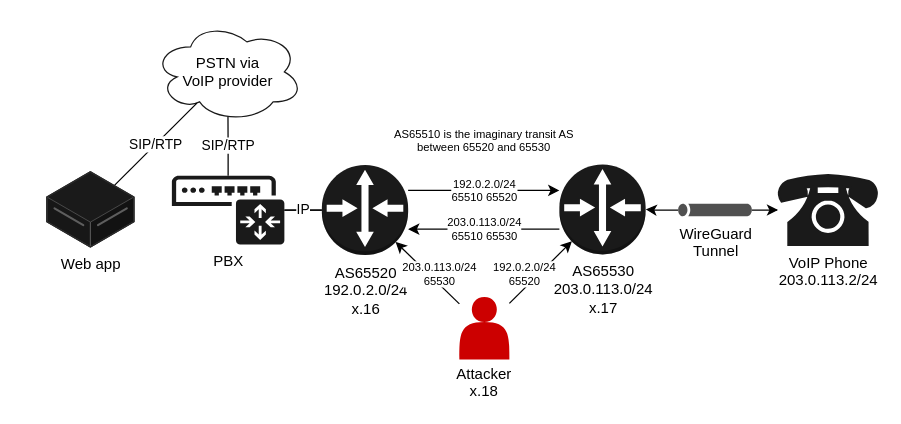
cs4404-mission2/writeup keeps this draw.io diagram as diagram.drawio. Above is the earlier version. Source tidied: cells renumbered, new cells numbered last; positions are measured from the earlier drawing's top-left corner, leaving out a move shared by most shapes. Both pictures are drawn from the tidied source at 125%, with x=0, y=0 at pixel (46, 21).
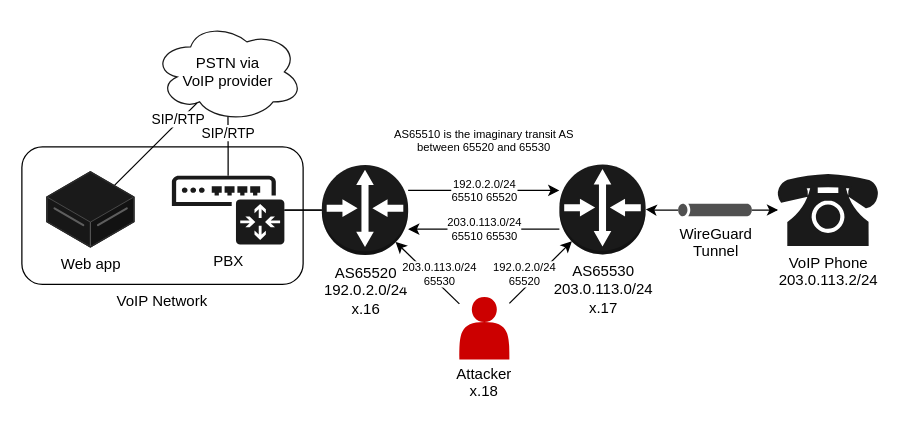
The same diagram, later.

Commit message (it also covers changes not shown here):
feat: update voip diagram

Unchanged cells that the change refers to:
```xml
<mxCell id="3" value="PBX" style="sketch=0;shadow=0;dashed=0;html=1;strokeColor=none;fillColor=#1A1A1A;labelPosition=center;verticalLabelPosition=bottom;verticalAlign=top;outlineConnect=0;align=center;shape=mxgraph.office.devices.ip_pbx;" parent="1" vertex="1">
  <mxGeometry x="100" y="123" width="90" height="55" as="geometry" />
</mxCell>
<mxCell id="8" value="&lt;div&gt;AS65520&lt;/div&gt;&lt;div&gt;192.0.2.0/24&lt;/div&gt;&lt;div&gt;x.16&lt;br&gt;&lt;/div&gt;" style="outlineConnect=0;dashed=0;verticalLabelPosition=bottom;verticalAlign=top;align=center;html=1;shape=mxgraph.aws3.router;fillColor=#1A1A1A;gradientColor=none;strokeColor=#000000;" parent="1" vertex="1">
  <mxGeometry x="220" y="114.5" width="69" height="72" as="geometry" />
</mxCell>
<mxCell id="9" value="&lt;div&gt;PSTN via&lt;/div&gt;&lt;div&gt;VoIP provider&lt;br&gt;&lt;/div&gt;" style="ellipse;shape=cloud;whiteSpace=wrap;html=1;strokeColor=#1A1A1A;fontColor=#000000;fillColor=none;" parent="1" vertex="1">
  <mxGeometry x="85" width="120" height="80" as="geometry" />
</mxCell>
<mxCell id="11" value="&lt;div&gt;Web app&lt;/div&gt;" style="verticalLabelPosition=bottom;html=1;verticalAlign=top;strokeWidth=1;align=center;outlineConnect=0;dashed=0;outlineConnect=0;shape=mxgraph.aws3d.dataServer;strokeColor=#5E5E5E;fontColor=#000000;fillColor=#1A1A1A;" parent="1" vertex="1">
  <mxGeometry y="120" width="69.6" height="60" as="geometry" />
</mxCell>
```

Change to the diagram source:
```diff
@@
-    <mxCell id="2" value="SIP/RTP" style="edgeStyle=orthogonalEdgeStyle;rounded=0;jettySize=auto;html=1;fontColor=#000000;startArrow=none;startFill=0;endArrow=none;endFill=0;entryX=0.499;entryY=0.947;entryDx=0;entryDy=0;entryPerimeter=0;" parent="1" edge="1" source="3" target="9">
-      <mxGeometry relative="1" as="geometry" />
+    <mxCell id="2" value="SIP/RTP" style="edgeStyle=orthogonalEdgeStyle;rounded=0;jettySize=auto;html=1;fontColor=#000000;startArrow=none;startFill=0;endArrow=none;endFill=0;entryX=0.499;entryY=0.947;entryDx=0;entryDy=0;entryPerimeter=0;spacingBottom=2;" parent="1" edge="1" source="3" target="9">
+      <mxGeometry x="0.4" relative="1" as="geometry" />
     </mxCell>
@@
-    <mxCell id="6" value="IP" style="edgeStyle=orthogonalEdgeStyle;rounded=0;jettySize=auto;html=1;fontColor=#000000;startArrow=none;startFill=0;endArrow=none;endFill=0;spacingBottom=2;" parent="1" edge="1" source="8" target="3">
+    <mxCell id="6" style="edgeStyle=orthogonalEdgeStyle;rounded=0;jettySize=auto;html=1;fontColor=#000000;startArrow=none;startFill=0;endArrow=none;endFill=0;spacingBottom=2;" parent="1" edge="1" source="8" target="3">
       <mxGeometry relative="1" as="geometry" />
     </mxCell>
@@
-    <mxCell id="10" value="SIP/RTP" style="rounded=0;jettySize=auto;html=1;fontColor=#000000;startArrow=none;startFill=0;endArrow=none;endFill=0;endSize=6;sourcePerimeterSpacing=-11;targetPerimeterSpacing=-11;" parent="1" edge="1" source="11" target="9">
-      <mxGeometry relative="1" as="geometry" />
+    <mxCell id="10" value="SIP/RTP" style="rounded=0;jettySize=auto;html=1;fontColor=#000000;startArrow=none;startFill=0;endArrow=none;endFill=0;endSize=6;sourcePerimeterSpacing=-11;targetPerimeterSpacing=-11;spacingBottom=4;" parent="1" edge="1" source="11" target="9">
+      <mxGeometry x="0.55" relative="1" as="geometry" />
     </mxCell>
@@
+    <mxCell id="21" value="VoIP Network" style="rounded=1;whiteSpace=wrap;html=1;fillColor=none;labelPosition=center;verticalLabelPosition=bottom;align=center;verticalAlign=top;" parent="1" vertex="1">
+      <mxGeometry x="-20" y="100" width="225" height="110" as="geometry" />
+    </mxCell>
```
